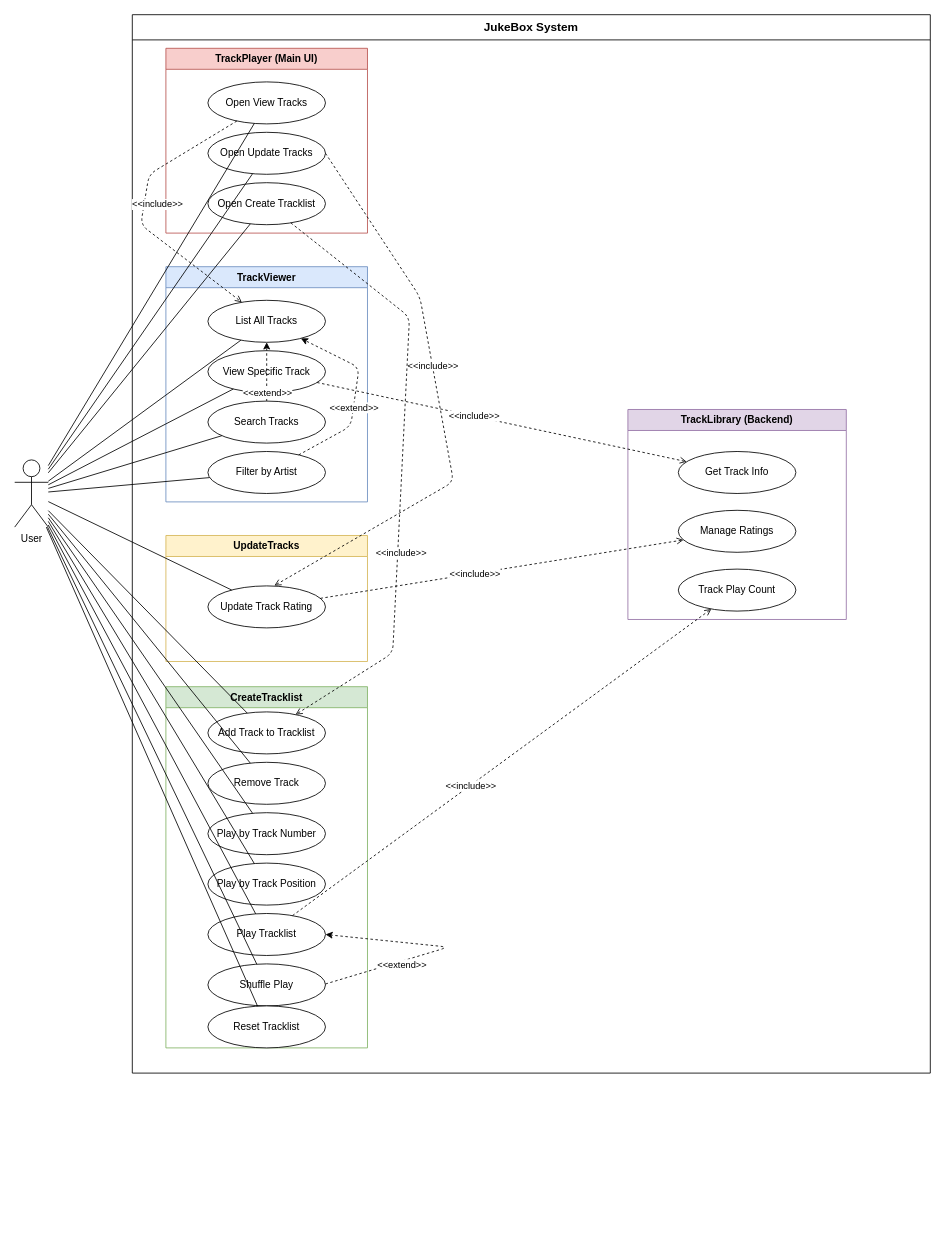
The draw.io diagram JukeBox/usecase-2.drawio in peterpool-dasherz/oop-new, before the edit. Source tidied: cells renumbered, new cells numbered last; positions are measured from the earlier drawing's top-left corner, leaving out a move shared by most shapes. Both pictures are drawn from the tidied source at 84%, with x=0, y=0 at pixel (14, 14).
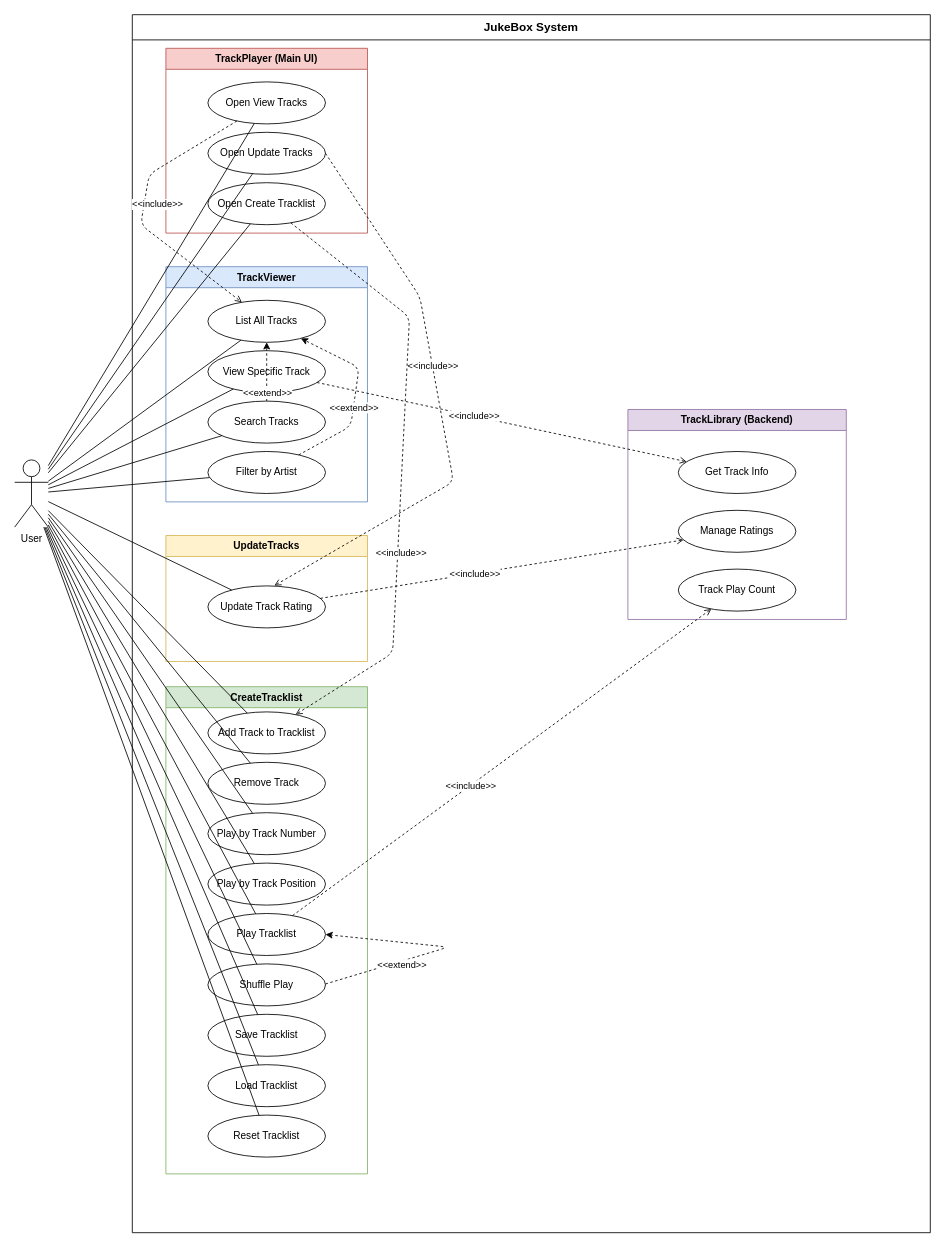
After the change.

Unchanged cells that the change refers to:
```xml
<mxCell id="2" value="User" style="shape=umlActor;verticalLabelPosition=bottom;verticalAlign=top;html=1;outlineConnect=0;" parent="1" vertex="1">
  <mxGeometry y="530" width="40" height="80" as="geometry" />
</mxCell>
```

The edit, as a diff of the source:
```diff
@@
     <mxCell id="3" value="JukeBox System" style="swimlane;whiteSpace=wrap;html=1;startSize=30;fontSize=14;fontStyle=1;" parent="1" vertex="1">
-      <mxGeometry x="140" width="950" height="1260" as="geometry" />
+      <mxGeometry x="140" width="950" height="1450" as="geometry" />
     </mxCell>
@@
     <mxCell id="15" value="&lt;b&gt;CreateTracklist&lt;/b&gt;" style="swimlane;whiteSpace=wrap;html=1;startSize=25;fillColor=#d5e8d4;strokeColor=#82b366;" parent="3" vertex="1">
-      <mxGeometry x="40" y="800" width="240" height="430" as="geometry" />
+      <mxGeometry x="40" y="800" width="240" height="580" as="geometry" />
     </mxCell>
@@
+    <mxCell id="60" value="Save Tracklist" style="ellipse;whiteSpace=wrap;html=1;" parent="15" vertex="1">
+      <mxGeometry x="50" y="390" width="140" height="50" as="geometry" />
+    </mxCell>
+    <mxCell id="61" value="Load Tracklist" style="ellipse;whiteSpace=wrap;html=1;" parent="15" vertex="1">
+      <mxGeometry x="50" y="450" width="140" height="50" as="geometry" />
+    </mxCell>
     <mxCell id="22" value="Reset Tracklist" style="ellipse;whiteSpace=wrap;html=1;" parent="15" vertex="1">
-      <mxGeometry x="50" y="380" width="140" height="50" as="geometry" />
+      <mxGeometry x="50" y="510" width="140" height="50" as="geometry" />
     </mxCell>
@@
+    <mxCell id="62" style="html=1;endArrow=none;endFill=0;" parent="1" edge="1" source="2" target="60">
+      <mxGeometry relative="1" as="geometry" />
+    </mxCell>
+    <mxCell id="63" style="html=1;endArrow=none;endFill=0;" parent="1" edge="1" source="2" target="61">
+      <mxGeometry relative="1" as="geometry" />
+    </mxCell>
```
